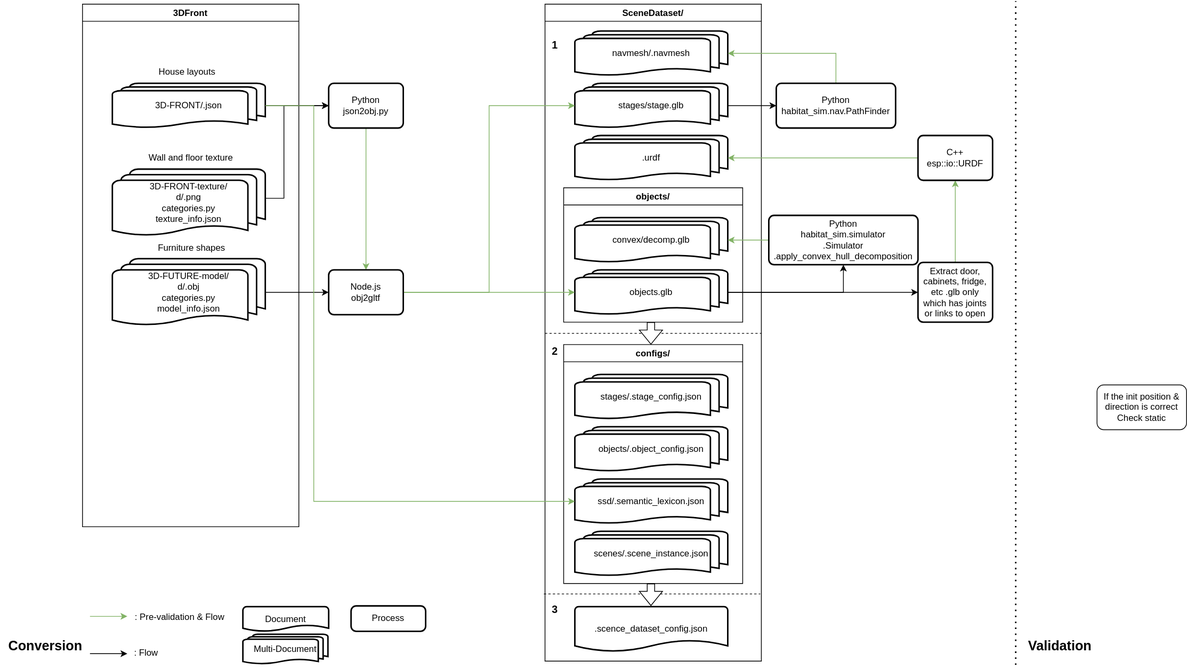
Above: 3DFront.drawio.svg in ZacksAmber/habitat-pipeline (draw.io), before the change. Source tidied: cells renumbered, new cells last; positions are measured from the earlier drawing's top-left corner, leaving out a move shared by most shapes.
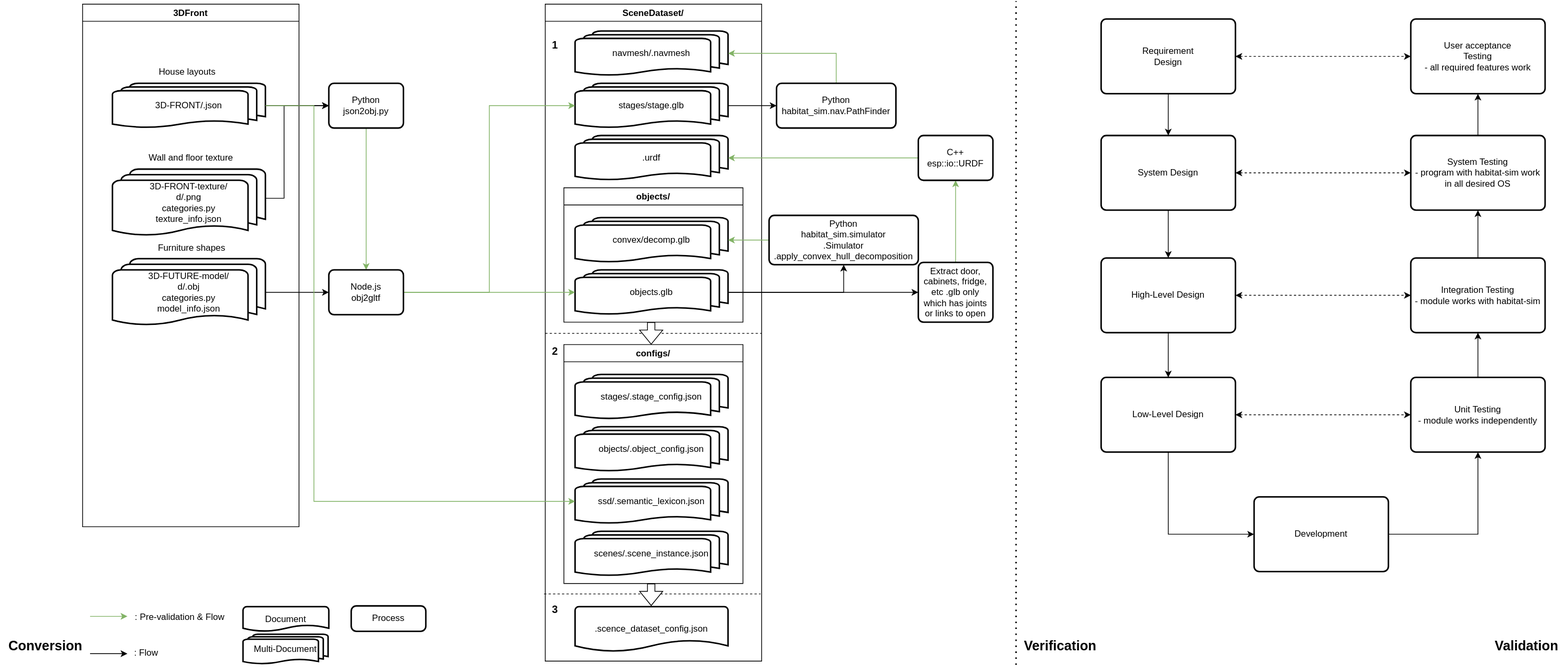
Later version of the same file.

What changed in the source:
```diff
@@ -172,12 +172,9 @@
     <mxCell id="49" value="&lt;h2&gt;Conversion&lt;/h2&gt;" style="text;html=1;align=center;verticalAlign=middle;strokeColor=none;fillColor=none;" parent="1" vertex="1">
       <mxGeometry y="834" width="120" height="60" as="geometry" />
     </mxCell>
-    <mxCell id="50" value="&lt;h2&gt;Validation&lt;/h2&gt;" style="text;html=1;align=center;verticalAlign=middle;strokeColor=none;fillColor=none;" parent="1" vertex="1">
-      <mxGeometry x="1365" y="834" width="110" height="60" as="geometry" />
+    <mxCell id="50" value="&lt;h2&gt;Verification&lt;/h2&gt;" style="text;html=1;align=center;verticalAlign=middle;strokeColor=none;fillColor=none;" parent="1" vertex="1">
+      <mxGeometry x="1360" y="834" width="120" height="60" as="geometry" />
     </mxCell>
-    <mxCell id="51" value="If the init position &amp;amp; direction is correct&lt;br&gt;Check static" style="rounded=1;whiteSpace=wrap;html=1;fillStyle=zigzag-line;fillColor=#FFFFFF;" parent="1" vertex="1">
-      <mxGeometry x="1470" y="514" width="120" height="60" as="geometry" />
-    </mxCell>
     <mxCell id="52" style="edgeStyle=orthogonalEdgeStyle;rounded=0;jettySize=auto;html=1;entryX=0;entryY=0.5;entryDx=0;entryDy=0;entryPerimeter=0;fillColor=#d5e8d4;strokeColor=#82b366;" parent="1" edge="1" source="23" target="8">
       <mxGeometry relative="1" as="geometry">
         <Array as="points">
@@ -213,5 +210,71 @@
     <mxCell id="59" value="Process" style="rounded=1;whiteSpace=wrap;html=1;absoluteArcSize=1;arcSize=14;strokeWidth=2;fillStyle=zigzag-line;fillColor=#FFFFFF;" parent="1" vertex="1">
       <mxGeometry x="470" y="810" width="100" height="34" as="geometry" />
     </mxCell>
+    <mxCell id="60" style="edgeStyle=orthogonalEdgeStyle;rounded=0;jettySize=auto;html=1;exitX=0.5;exitY=1;exitDx=0;exitDy=0;entryX=0.5;entryY=0;entryDx=0;entryDy=0;fillColor=#FF3333;" parent="1" edge="1" source="62" target="66">
+      <mxGeometry relative="1" as="geometry" />
+    </mxCell>
+    <mxCell id="61" style="edgeStyle=orthogonalEdgeStyle;rounded=0;jettySize=auto;html=1;entryX=0;entryY=0.5;entryDx=0;entryDy=0;dashed=1;endArrow=classic;endFill=1;fillColor=#FF3333;startArrow=classic;startFill=1;" parent="1" edge="1" source="62" target="63">
+      <mxGeometry relative="1" as="geometry" />
+    </mxCell>
+    <mxCell id="62" value="Requirement&lt;br&gt;Design" style="rounded=1;whiteSpace=wrap;html=1;absoluteArcSize=1;arcSize=14;strokeWidth=2;fillStyle=auto;fillColor=#FFFFFF;" parent="1" vertex="1">
+      <mxGeometry x="1475" y="24" width="180" height="100" as="geometry" />
+    </mxCell>
+    <mxCell id="63" value="User acceptance&lt;br&gt;Testing&lt;br&gt;- all required features work" style="rounded=1;whiteSpace=wrap;html=1;absoluteArcSize=1;arcSize=14;strokeWidth=2;fillStyle=auto;fillColor=#FFFFFF;" parent="1" vertex="1">
+      <mxGeometry x="1890" y="24" width="180" height="100" as="geometry" />
+    </mxCell>
+    <mxCell id="64" style="edgeStyle=orthogonalEdgeStyle;rounded=0;jettySize=auto;html=1;exitX=0.5;exitY=1;exitDx=0;exitDy=0;entryX=0.5;entryY=0;entryDx=0;entryDy=0;fillColor=#FF3333;" parent="1" edge="1" source="66" target="71">
+      <mxGeometry relative="1" as="geometry" />
+    </mxCell>
+    <mxCell id="65" style="edgeStyle=orthogonalEdgeStyle;rounded=0;jettySize=auto;html=1;entryX=0;entryY=0.5;entryDx=0;entryDy=0;dashed=1;endArrow=classic;endFill=1;fillColor=#FF3333;startArrow=classic;startFill=1;" parent="1" edge="1" source="66" target="68">
+      <mxGeometry relative="1" as="geometry" />
+    </mxCell>
+    <mxCell id="66" value="System Design" style="rounded=1;whiteSpace=wrap;html=1;absoluteArcSize=1;arcSize=14;strokeWidth=2;fillStyle=auto;fillColor=#FFFFFF;" parent="1" vertex="1">
+      <mxGeometry x="1475" y="180" width="180" height="100" as="geometry" />
+    </mxCell>
+    <mxCell id="67" style="edgeStyle=orthogonalEdgeStyle;rounded=0;jettySize=auto;html=1;exitX=0.5;exitY=0;exitDx=0;exitDy=0;entryX=0.5;entryY=1;entryDx=0;entryDy=0;fillColor=#FF3333;" parent="1" edge="1" source="68" target="63">
+      <mxGeometry relative="1" as="geometry" />
+    </mxCell>
+    <mxCell id="68" value="System Testing&lt;br&gt;- program with habitat-sim work in all desired OS" style="rounded=1;whiteSpace=wrap;html=1;absoluteArcSize=1;arcSize=14;strokeWidth=2;fillStyle=auto;fillColor=#FFFFFF;" parent="1" vertex="1">
+      <mxGeometry x="1890" y="180" width="180" height="100" as="geometry" />
+    </mxCell>
+    <mxCell id="69" style="edgeStyle=orthogonalEdgeStyle;rounded=0;jettySize=auto;html=1;exitX=0.5;exitY=1;exitDx=0;exitDy=0;entryX=0.5;entryY=0;entryDx=0;entryDy=0;fillColor=#FF3333;" parent="1" edge="1" source="71" target="76">
+      <mxGeometry relative="1" as="geometry" />
+    </mxCell>
+    <mxCell id="70" style="edgeStyle=orthogonalEdgeStyle;rounded=0;jettySize=auto;html=1;entryX=0;entryY=0.5;entryDx=0;entryDy=0;dashed=1;endArrow=classic;endFill=1;fillColor=#FF3333;startArrow=classic;startFill=1;" parent="1" edge="1" source="71" target="73">
+      <mxGeometry relative="1" as="geometry" />
+    </mxCell>
+    <mxCell id="71" value="High-Level Design" style="rounded=1;whiteSpace=wrap;html=1;absoluteArcSize=1;arcSize=14;strokeWidth=2;fillStyle=auto;fillColor=#FFFFFF;" parent="1" vertex="1">
+      <mxGeometry x="1475" y="344" width="180" height="100" as="geometry" />
+    </mxCell>
+    <mxCell id="72" style="edgeStyle=orthogonalEdgeStyle;rounded=0;jettySize=auto;html=1;exitX=0.5;exitY=0;exitDx=0;exitDy=0;entryX=0.5;entryY=1;entryDx=0;entryDy=0;fillColor=#FF3333;" parent="1" edge="1" source="73" target="68">
+      <mxGeometry relative="1" as="geometry" />
+    </mxCell>
+    <mxCell id="73" value="Integration Testing&lt;br&gt;- module works with habitat-sim" style="rounded=1;whiteSpace=wrap;html=1;absoluteArcSize=1;arcSize=14;strokeWidth=2;fillStyle=auto;fillColor=#FFFFFF;" parent="1" vertex="1">
+      <mxGeometry x="1890" y="344" width="180" height="100" as="geometry" />
+    </mxCell>
+    <mxCell id="74" style="edgeStyle=orthogonalEdgeStyle;rounded=0;jettySize=auto;html=1;entryX=0;entryY=0.5;entryDx=0;entryDy=0;fillColor=#FF3333;exitX=0.5;exitY=1;exitDx=0;exitDy=0;" parent="1" edge="1" source="76" target="80">
+      <mxGeometry relative="1" as="geometry" />
+    </mxCell>
+    <mxCell id="75" style="rounded=0;jettySize=auto;html=1;entryX=0;entryY=0.5;entryDx=0;entryDy=0;fillColor=#FF3333;dashed=1;endArrow=classic;endFill=1;startArrow=classic;startFill=1;" parent="1" edge="1" source="76" target="78">
+      <mxGeometry relative="1" as="geometry" />
+    </mxCell>
+    <mxCell id="76" value="Low-Level Design" style="rounded=1;whiteSpace=wrap;html=1;absoluteArcSize=1;arcSize=14;strokeWidth=2;fillStyle=auto;fillColor=#FFFFFF;" parent="1" vertex="1">
+      <mxGeometry x="1475" y="504" width="180" height="100" as="geometry" />
+    </mxCell>
+    <mxCell id="77" style="edgeStyle=orthogonalEdgeStyle;rounded=0;jettySize=auto;html=1;exitX=0.5;exitY=0;exitDx=0;exitDy=0;entryX=0.5;entryY=1;entryDx=0;entryDy=0;fillColor=#FF3333;" parent="1" edge="1" source="78" target="73">
+      <mxGeometry relative="1" as="geometry" />
+    </mxCell>
+    <mxCell id="78" value="Unit Testing&lt;br&gt;- module works independently" style="rounded=1;whiteSpace=wrap;html=1;absoluteArcSize=1;arcSize=14;strokeWidth=2;fillStyle=auto;fillColor=#FFFFFF;" parent="1" vertex="1">
+      <mxGeometry x="1890" y="504" width="180" height="100" as="geometry" />
+    </mxCell>
+    <mxCell id="79" style="edgeStyle=orthogonalEdgeStyle;rounded=0;jettySize=auto;html=1;exitX=1;exitY=0.5;exitDx=0;exitDy=0;entryX=0.5;entryY=1;entryDx=0;entryDy=0;fillColor=#FF3333;" parent="1" edge="1" source="80" target="78">
+      <mxGeometry relative="1" as="geometry" />
+    </mxCell>
+    <mxCell id="80" value="Development" style="rounded=1;whiteSpace=wrap;html=1;absoluteArcSize=1;arcSize=14;strokeWidth=2;fillStyle=auto;fillColor=#FFFFFF;" parent="1" vertex="1">
+      <mxGeometry x="1680" y="664" width="180" height="100" as="geometry" />
+    </mxCell>
+    <mxCell id="81" value="&lt;h2&gt;Validation&lt;/h2&gt;" style="text;html=1;align=center;verticalAlign=middle;strokeColor=none;fillColor=none;" parent="1" vertex="1">
+      <mxGeometry x="1990" y="834" width="110" height="60" as="geometry" />
+    </mxCell>
   </root>
 </mxGraphModel>
```
